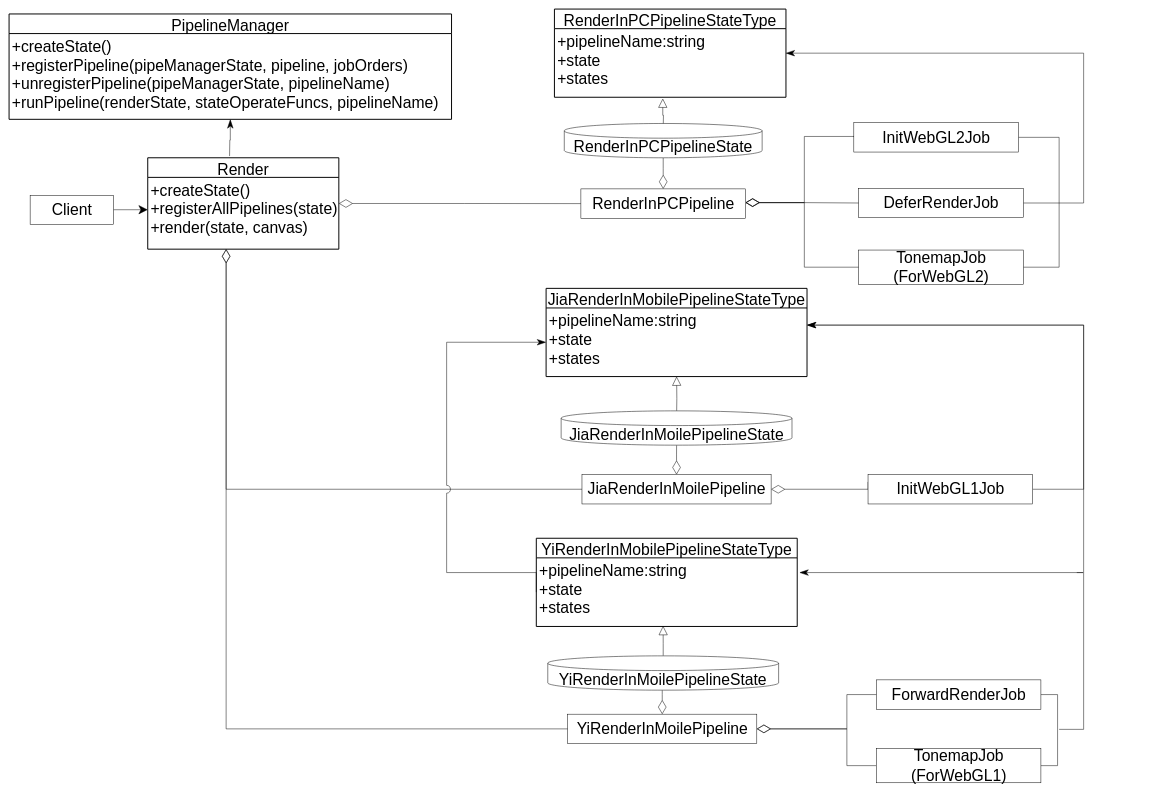
yyc-git/3DProgramPattern keeps this draw.io diagram as packages/管道模式/story_improve/UML.drawio. Above is the earlier version. Source tidied: cells renumbered, new cells numbered last; positions are measured from the earlier drawing's top-left corner, leaving out a move shared by most shapes. Both pictures are drawn from the tidied source at 49%, with x=0, y=0 at pixel (9, 9).
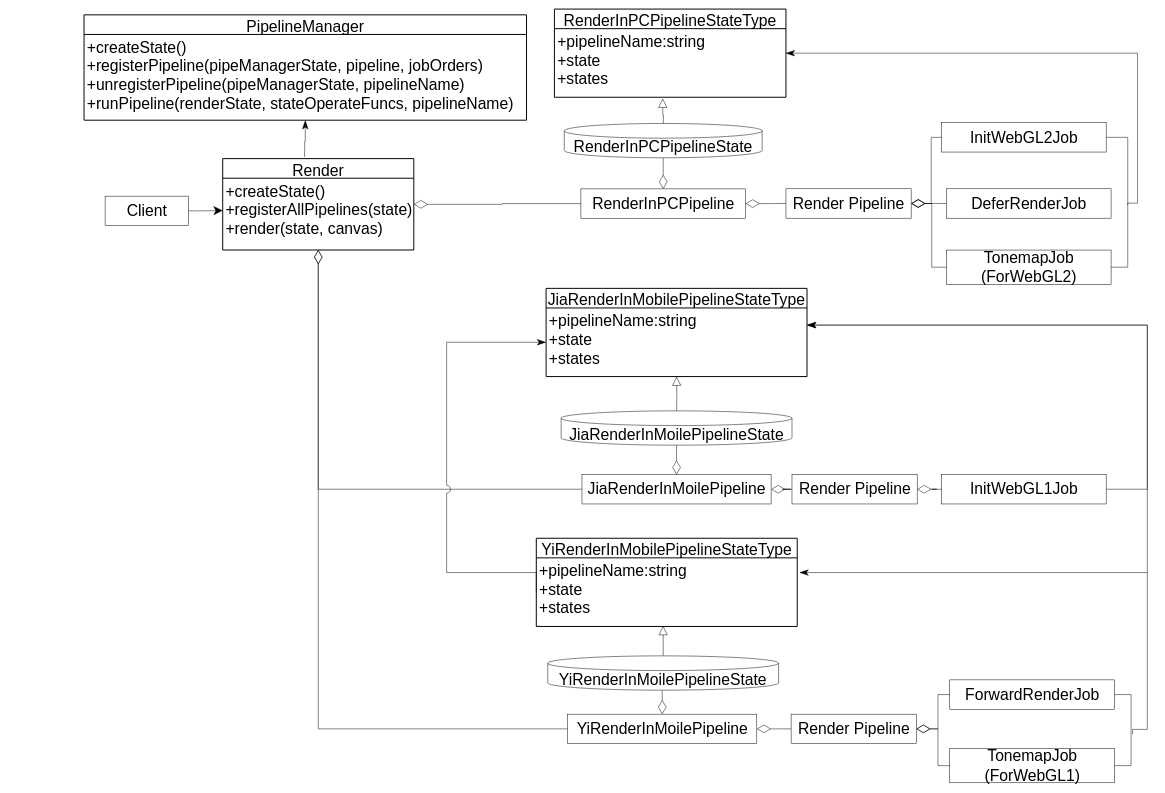
Above is the later version.

The change refers to these unchanged cells:
```xml
<mxCell id="4" value="+createState()&#10;+registerPipeline(pipeManagerState, pipeline, jobOrders)&#10;+unregisterPipeline(pipeManagerState, pipelineName)&#10;+runPipeline(renderState, stateOperateFuncs, pipelineName)" style="align=left;strokeColor=none;fillColor=none;spacingLeft=4;fontSize=32;verticalAlign=top;" parent="3" vertex="1">
  <mxGeometry y="40" width="903" height="175" as="geometry" />
</mxCell>
<mxCell id="7" value="+createState()&#10;+registerAllPipelines(state)&#10;+render(state, canvas)" style="align=left;strokeColor=none;fillColor=none;spacingLeft=4;fontSize=32;verticalAlign=top;" parent="6" vertex="1">
  <mxGeometry y="40" width="390" height="146.5" as="geometry" />
</mxCell>
<mxCell id="15" value="RenderInPCPipeline" style="html=1;fontSize=32;" parent="1" vertex="1">
  <mxGeometry x="1167" y="367" width="336" height="60" as="geometry" />
</mxCell>
<mxCell id="22" value="+pipelineName:string&#10;+state&#10;+states" style="align=left;strokeColor=none;fillColor=none;spacingLeft=4;fontSize=32;verticalAlign=top;" parent="21" vertex="1">
  <mxGeometry y="40" width="532.5" height="140" as="geometry" />
</mxCell>
<mxCell id="27" value="JiaRenderInMoilePipeline" style="html=1;fontSize=32;" parent="1" vertex="1">
  <mxGeometry x="1169.2" y="950" width="386" height="60" as="geometry" />
</mxCell>
<mxCell id="36" value="YiRenderInMoilePipeline" style="html=1;fontSize=32;" parent="1" vertex="1">
  <mxGeometry x="1140" y="1439" width="386" height="60" as="geometry" />
</mxCell>
```

Change to the diagram source:
```diff
@@
-    <mxCell id="2" style="edgeStyle=orthogonalEdgeStyle;rounded=0;orthogonalLoop=1;jettySize=auto;html=1;endArrow=none;endFill=0;startSize=26;endSize=26;exitX=1;exitY=0.5;exitDx=0;exitDy=0;startArrow=diamondThin;startFill=0;" parent="1" edge="1">
-      <mxGeometry relative="1" as="geometry">
-        <mxPoint x="1503" y="395" as="sourcePoint" />
-        <mxPoint x="1723" y="260" as="targetPoint" />
-        <Array as="points">
-          <mxPoint x="1623" y="395" />
-          <mxPoint x="1623" y="260" />
-          <mxPoint x="1733" y="260" />
-        </Array>
-      </mxGeometry>
-    </mxCell>
     <mxCell id="3" value="PipelineManager" style="swimlane;horizontal=1;startSize=40;rounded=0;fontSize=32;fontStyle=0;strokeWidth=2;shadow=0;dashed=0;align=center;" parent="1" vertex="1">
-      <mxGeometry y="10" width="903" height="215" as="geometry" />
+      <mxGeometry x="153" y="11.8" width="903" height="215" as="geometry" />
     </mxCell>
@@
     <mxCell id="6" value="Render" style="swimlane;horizontal=1;startSize=40;rounded=0;fontSize=32;fontStyle=0;strokeWidth=2;shadow=0;dashed=0;align=center;" parent="1" vertex="1">
-      <mxGeometry x="283" y="303.5" width="390" height="186.5" as="geometry" />
+      <mxGeometry x="436" y="305.2" width="390" height="186.5" as="geometry" />
     </mxCell>
@@
     <mxCell id="8" style="edgeStyle=orthogonalEdgeStyle;rounded=0;jettySize=auto;html=1;fontSize=28;endArrow=classic;endFill=1;startSize=16;endSize=16;" parent="1" edge="1" source="9">
       <mxGeometry relative="1" as="geometry">
-        <mxPoint x="283" y="409.5" as="targetPoint" />
+        <mxPoint x="436" y="411.2" as="targetPoint" />
       </mxGeometry>
     </mxCell>
     <mxCell id="9" value="Client" style="html=1;fontSize=32;" parent="1" vertex="1">
-      <mxGeometry x="43" y="380" width="170" height="60" as="geometry" />
+      <mxGeometry x="196" y="381.8" width="170" height="60" as="geometry" />
     </mxCell>
@@
-    <mxCell id="12" style="edgeStyle=orthogonalEdgeStyle;rounded=0;jettySize=auto;html=1;entryX=0;entryY=0.5;entryDx=0;entryDy=0;endArrow=none;endFill=0;endSize=26;startSize=26;startArrow=diamondThin;startFill=0;" parent="1" edge="1" source="15" target="19">
-      <mxGeometry relative="1" as="geometry">
-        <Array as="points">
-          <mxPoint x="1623" y="395" />
-          <mxPoint x="1623" y="396" />
-        </Array>
-      </mxGeometry>
-    </mxCell>
-    <mxCell id="13" style="edgeStyle=orthogonalEdgeStyle;rounded=0;jettySize=auto;html=1;entryX=0;entryY=0.5;entryDx=0;entryDy=0;endArrow=none;endFill=0;startSize=26;endSize=26;startArrow=diamondThin;startFill=0;" parent="1" edge="1" source="15" target="20">
-      <mxGeometry relative="1" as="geometry">
-        <Array as="points">
-          <mxPoint x="1623" y="395" />
-          <mxPoint x="1623" y="527" />
-        </Array>
-      </mxGeometry>
-    </mxCell>
@@
+    <mxCell id="49" style="edgeStyle=orthogonalEdgeStyle;rounded=0;jumpStyle=none;jumpSize=16;jettySize=auto;html=1;entryX=0;entryY=0.5;entryDx=0;entryDy=0;startArrow=diamondThin;startFill=0;endArrow=none;endFill=0;startSize=26;endSize=26;" parent="1" edge="1" source="15" target="55">
+      <mxGeometry relative="1" as="geometry" />
+    </mxCell>
@@
     <mxCell id="16" style="edgeStyle=orthogonalEdgeStyle;rounded=0;jumpStyle=none;jumpSize=16;jettySize=auto;html=1;entryX=1;entryY=0.5;entryDx=0;entryDy=0;startArrow=none;startFill=0;endArrow=none;endFill=0;startSize=16;endSize=16;" parent="1" edge="1" source="17" target="20">
       <mxGeometry relative="1" as="geometry">
         <Array as="points">
-          <mxPoint x="2143" y="262" />
-          <mxPoint x="2143" y="527" />
+          <mxPoint x="2283" y="262" />
+          <mxPoint x="2283" y="527" />
         </Array>
       </mxGeometry>
     </mxCell>
     <mxCell id="17" value="InitWebGL2Job" style="html=1;fontSize=32;" parent="1" vertex="1">
-      <mxGeometry x="1724" y="231.8" width="336" height="60" as="geometry" />
+      <mxGeometry x="1903" y="231.8" width="336" height="60" as="geometry" />
     </mxCell>
-    <mxCell id="18" style="edgeStyle=orthogonalEdgeStyle;rounded=0;jumpStyle=none;jumpSize=16;jettySize=auto;html=1;startArrow=none;startFill=0;endArrow=classicThin;endFill=1;startSize=16;endSize=16;" parent="1" edge="1" source="19">
+    <mxCell id="18" style="edgeStyle=orthogonalEdgeStyle;rounded=0;jumpStyle=none;jumpSize=16;orthogonalLoop=1;jettySize=auto;html=1;startArrow=none;startFill=0;endArrow=classicThin;endFill=1;startSize=16;endSize=16;" parent="1" edge="1">
       <mxGeometry relative="1" as="geometry">
+        <mxPoint x="2283" y="400" as="sourcePoint" />
         <mxPoint x="1585" y="90" as="targetPoint" />
         <Array as="points">
-          <mxPoint x="2193" y="396" />
-          <mxPoint x="2193" y="90" />
-          <mxPoint x="1585" y="90" />
+          <mxPoint x="2283" y="396" />
+          <mxPoint x="2303" y="396" />
+          <mxPoint x="2303" y="90" />
         </Array>
       </mxGeometry>
     </mxCell>
     <mxCell id="19" value="DeferRenderJob" style="html=1;fontSize=32;" parent="1" vertex="1">
-      <mxGeometry x="1734" y="365.8" width="336" height="60" as="geometry" />
+      <mxGeometry x="1913" y="366.8" width="336" height="60" as="geometry" />
     </mxCell>
     <mxCell id="20" value="TonemapJob&lt;br&gt;(ForWebGL2)" style="html=1;fontSize=32;" parent="1" vertex="1">
-      <mxGeometry x="1734" y="491.8" width="336" height="70" as="geometry" />
+      <mxGeometry x="1913" y="491.8" width="336" height="70" as="geometry" />
     </mxCell>
@@
-    <mxCell id="25" style="edgeStyle=orthogonalEdgeStyle;rounded=0;jettySize=auto;html=1;endArrow=none;endFill=0;startSize=26;endSize=26;exitX=1;exitY=0.5;exitDx=0;exitDy=0;entryX=0;entryY=0.25;entryDx=0;entryDy=0;startArrow=diamondThin;startFill=0;" parent="1" edge="1" source="27" target="29">
-      <mxGeometry relative="1" as="geometry">
-        <Array as="points">
-          <mxPoint x="1753" y="980" />
-        </Array>
-      </mxGeometry>
-    </mxCell>
@@
+    <mxCell id="50" style="edgeStyle=orthogonalEdgeStyle;rounded=0;jumpSize=16;jettySize=auto;html=1;entryX=0;entryY=0.5;entryDx=0;entryDy=0;startArrow=diamondThin;startFill=0;endArrow=none;endFill=0;startSize=26;endSize=26;" parent="1" edge="1" source="27" target="57">
+      <mxGeometry relative="1" as="geometry" />
+    </mxCell>
@@
     <mxCell id="28" style="edgeStyle=orthogonalEdgeStyle;rounded=0;jettySize=auto;html=1;endArrow=classicThin;endFill=1;startSize=16;endSize=16;exitX=1;exitY=0.5;exitDx=0;exitDy=0;entryX=1;entryY=0.25;entryDx=0;entryDy=0;" parent="1" edge="1" source="29" target="22">
       <mxGeometry relative="1" as="geometry">
         <Array as="points">
-          <mxPoint x="2193" y="980" />
-          <mxPoint x="2193" y="645" />
+          <mxPoint x="2323" y="980" />
+          <mxPoint x="2323" y="645" />
         </Array>
       </mxGeometry>
     </mxCell>
     <mxCell id="29" value="InitWebGL1Job" style="html=1;fontSize=32;" parent="1" vertex="1">
-      <mxGeometry x="1753" y="950" width="336" height="60" as="geometry" />
+      <mxGeometry x="1903" y="950" width="336" height="60" as="geometry" />
     </mxCell>
     <mxCell id="30" style="edgeStyle=orthogonalEdgeStyle;rounded=0;jumpStyle=arc;jumpSize=26;orthogonalLoop=1;jettySize=auto;html=1;startArrow=none;startFill=0;endArrow=classicThin;endFill=1;startSize=16;endSize=16;" parent="1" edge="1">
       <mxGeometry relative="1" as="geometry">
-        <mxPoint x="2179" y="1150" as="sourcePoint" />
+        <mxPoint x="2323" y="1150" as="sourcePoint" />
         <mxPoint x="1613" y="1150" as="targetPoint" />
         <Array as="points">
           <mxPoint x="2192" y="1150" />
           <mxPoint x="1592" y="1150" />
         </Array>
       </mxGeometry>
     </mxCell>
     <mxCell id="31" style="edgeStyle=orthogonalEdgeStyle;rounded=0;jumpStyle=none;jumpSize=16;jettySize=auto;html=1;startArrow=none;startFill=0;endArrow=none;endFill=0;startSize=16;endSize=16;entryX=1;entryY=0.5;entryDx=0;entryDy=0;" parent="1" edge="1" source="32" target="38">
       <mxGeometry relative="1" as="geometry">
         <Array as="points">
-          <mxPoint x="2139.8" y="1399" />
-          <mxPoint x="2139.8" y="1544" />
+          <mxPoint x="2289.8" y="1399" />
+          <mxPoint x="2289.8" y="1544" />
         </Array>
       </mxGeometry>
     </mxCell>
     <mxCell id="32" value="ForwardRenderJob" style="html=1;fontSize=32;" parent="1" vertex="1">
-      <mxGeometry x="1769.8" y="1369" width="336" height="60" as="geometry" />
+      <mxGeometry x="1919.8" y="1369" width="336" height="60" as="geometry" />
     </mxCell>
-    <mxCell id="33" style="edgeStyle=orthogonalEdgeStyle;rounded=0;jumpStyle=arc;jumpSize=26;jettySize=auto;html=1;entryX=0;entryY=0.5;entryDx=0;entryDy=0;startArrow=diamondThin;startFill=0;startSize=26;endSize=26;endArrow=none;endFill=0;" parent="1" edge="1" source="36" target="32">
-      <mxGeometry relative="1" as="geometry">
-        <Array as="points">
-          <mxPoint x="1709.8" y="1469" />
-          <mxPoint x="1709.8" y="1399" />
-        </Array>
-      </mxGeometry>
-    </mxCell>
-    <mxCell id="34" style="edgeStyle=orthogonalEdgeStyle;rounded=0;jumpStyle=arc;jumpSize=26;jettySize=auto;html=1;entryX=0;entryY=0.5;entryDx=0;entryDy=0;startArrow=diamondThin;startFill=0;endArrow=none;endFill=0;startSize=26;endSize=26;" parent="1" edge="1" source="36" target="38">
-      <mxGeometry relative="1" as="geometry">
-        <Array as="points">
-          <mxPoint x="1709.8" y="1469" />
-          <mxPoint x="1709.8" y="1544" />
-        </Array>
-      </mxGeometry>
-    </mxCell>
@@
+    <mxCell id="51" style="edgeStyle=orthogonalEdgeStyle;rounded=0;jumpSize=16;jettySize=auto;html=1;startArrow=diamondThin;startFill=0;endArrow=none;endFill=0;startSize=26;endSize=26;" parent="1" edge="1" source="36" target="60">
+      <mxGeometry relative="1" as="geometry" />
+    </mxCell>
@@
     <mxCell id="37" style="edgeStyle=orthogonalEdgeStyle;rounded=0;jumpStyle=none;jumpSize=26;jettySize=auto;html=1;entryX=1;entryY=0.25;entryDx=0;entryDy=0;startArrow=none;startFill=0;endArrow=classicThin;endFill=1;startSize=16;endSize=16;" parent="1" edge="1" target="22">
       <mxGeometry relative="1" as="geometry">
-        <mxPoint x="2143" y="1470" as="sourcePoint" />
+        <mxPoint x="2293" y="1480" as="sourcePoint" />
         <Array as="points">
-          <mxPoint x="2193" y="1470" />
-          <mxPoint x="2193" y="645" />
+          <mxPoint x="2293" y="1470" />
+          <mxPoint x="2323" y="1470" />
+          <mxPoint x="2323" y="645" />
         </Array>
       </mxGeometry>
     </mxCell>
     <mxCell id="38" value="TonemapJob&lt;br&gt;(ForWebGL1)" style="html=1;fontSize=32;" parent="1" vertex="1">
-      <mxGeometry x="1769.8" y="1509" width="336" height="70" as="geometry" />
+      <mxGeometry x="1919.8" y="1509" width="336" height="70" as="geometry" />
     </mxCell>
     <mxCell id="39" style="edgeStyle=orthogonalEdgeStyle;rounded=0;jettySize=auto;html=1;entryX=0;entryY=0.5;entryDx=0;entryDy=0;endArrow=none;endFill=0;startSize=26;endSize=26;startArrow=diamondThin;startFill=0;jumpStyle=arc;jumpSize=26;" parent="1" edge="1" source="7" target="27">
       <mxGeometry relative="1" as="geometry">
         <Array as="points">
-          <mxPoint x="443" y="980" />
+          <mxPoint x="631" y="980" />
         </Array>
       </mxGeometry>
     </mxCell>
-    <mxCell id="40" style="edgeStyle=orthogonalEdgeStyle;rounded=0;jettySize=auto;html=1;entryX=0;entryY=0.5;entryDx=0;entryDy=0;endArrow=none;endFill=0;startSize=26;endSize=26;startArrow=diamondThin;startFill=0;jumpStyle=arc;jumpSize=26;" parent="1" edge="1" source="7" target="36">
+    <mxCell id="40" style="edgeStyle=orthogonalEdgeStyle;rounded=0;jettySize=auto;html=1;entryX=0;entryY=0.5;entryDx=0;entryDy=0;endArrow=none;endFill=0;startSize=26;endSize=26;startArrow=diamondThin;startFill=0;jumpStyle=arc;jumpSize=26;exitX=0.5;exitY=1;exitDx=0;exitDy=0;" parent="1" edge="1" source="7" target="36">
       <mxGeometry relative="1" as="geometry">
         <Array as="points">
-          <mxPoint x="443" y="1469" />
+          <mxPoint x="631" y="1469" />
         </Array>
       </mxGeometry>
     </mxCell>
     <mxCell id="41" style="edgeStyle=orthogonalEdgeStyle;rounded=0;jettySize=auto;html=1;endArrow=classicThin;endFill=1;startSize=16;endSize=16;" parent="1" edge="1" target="4">
       <mxGeometry relative="1" as="geometry">
-        <mxPoint x="450" y="300" as="sourcePoint" />
+        <mxPoint x="603" y="301.8" as="sourcePoint" />
       </mxGeometry>
     </mxCell>
@@
+    <mxCell id="52" style="edgeStyle=orthogonalEdgeStyle;rounded=0;jumpSize=16;jettySize=auto;html=1;entryX=0;entryY=0.5;entryDx=0;entryDy=0;startArrow=diamondThin;startFill=0;endArrow=none;endFill=0;startSize=26;endSize=26;" parent="1" edge="1" source="55" target="19">
+      <mxGeometry relative="1" as="geometry" />
+    </mxCell>
+    <mxCell id="53" style="edgeStyle=orthogonalEdgeStyle;rounded=0;jumpSize=16;jettySize=auto;html=1;entryX=0;entryY=0.5;entryDx=0;entryDy=0;startArrow=diamondThin;startFill=0;endArrow=none;endFill=0;startSize=26;endSize=26;" parent="1" edge="1" source="55" target="17">
+      <mxGeometry relative="1" as="geometry">
+        <Array as="points">
+          <mxPoint x="1882" y="397" />
+          <mxPoint x="1882" y="262" />
+        </Array>
+      </mxGeometry>
+    </mxCell>
+    <mxCell id="54" style="edgeStyle=orthogonalEdgeStyle;rounded=0;jumpSize=16;jettySize=auto;html=1;entryX=0;entryY=0.5;entryDx=0;entryDy=0;startArrow=diamondThin;startFill=0;endArrow=none;endFill=0;startSize=26;endSize=26;" parent="1" edge="1" source="55" target="20">
+      <mxGeometry relative="1" as="geometry">
+        <Array as="points">
+          <mxPoint x="1883" y="397" />
+          <mxPoint x="1883" y="527" />
+        </Array>
+      </mxGeometry>
+    </mxCell>
+    <mxCell id="55" value="Render Pipeline" style="html=1;fontSize=32;" parent="1" vertex="1">
+      <mxGeometry x="1585.5" y="366.8" width="255.5" height="60" as="geometry" />
+    </mxCell>
+    <mxCell id="56" style="edgeStyle=orthogonalEdgeStyle;rounded=0;jumpSize=16;jettySize=auto;html=1;entryX=0;entryY=0.5;entryDx=0;entryDy=0;startArrow=diamondThin;startFill=0;endArrow=none;endFill=0;startSize=26;endSize=26;" parent="1" edge="1" source="57" target="29">
+      <mxGeometry relative="1" as="geometry" />
+    </mxCell>
+    <mxCell id="57" value="Render Pipeline" style="html=1;fontSize=32;" parent="1" vertex="1">
+      <mxGeometry x="1597.8" y="950" width="255.5" height="60" as="geometry" />
+    </mxCell>
+    <mxCell id="58" style="edgeStyle=orthogonalEdgeStyle;rounded=0;jumpSize=16;jettySize=auto;html=1;entryX=0;entryY=0.5;entryDx=0;entryDy=0;startArrow=diamondThin;startFill=0;endArrow=none;endFill=0;startSize=26;endSize=26;" parent="1" edge="1" source="60" target="32">
+      <mxGeometry relative="1" as="geometry" />
+    </mxCell>
+    <mxCell id="59" style="edgeStyle=orthogonalEdgeStyle;rounded=0;jumpSize=16;jettySize=auto;html=1;entryX=0;entryY=0.5;entryDx=0;entryDy=0;startArrow=diamondThin;startFill=0;endArrow=none;endFill=0;startSize=26;endSize=26;" parent="1" edge="1" source="60" target="38">
+      <mxGeometry relative="1" as="geometry" />
+    </mxCell>
+    <mxCell id="60" value="Render Pipeline" style="html=1;fontSize=32;" parent="1" vertex="1">
+      <mxGeometry x="1596" y="1439" width="255.5" height="60" as="geometry" />
+    </mxCell>
```
